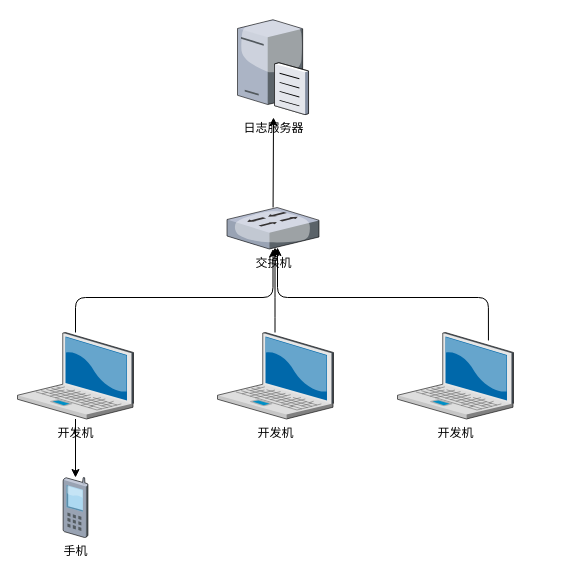
samxu007/Hello-World keeps this draw.io diagram as Untitled Diagram.drawio. Above is the earlier version. Source tidied: cells renumbered, new cells numbered last; positions are measured from the earlier drawing's top-left corner, leaving out a move shared by most shapes. Both pictures are drawn from the tidied source at 100%, with x=0, y=0 at pixel (17, 17).
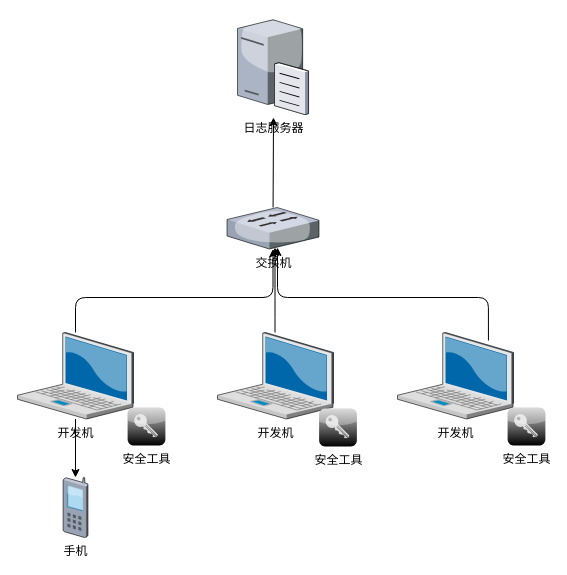
The same diagram, later.

Change to the diagram source:
```diff
@@
+    <mxCell id="13" value="安全工具" style="verticalLabelPosition=bottom;html=1;verticalAlign=top;strokeColor=none;align=center;shape=mxgraph.citrix.role_security;fillColor=#CCCCCC;gradientColor=#000000;gradientDirection=south;" parent="1" vertex="1">
+      <mxGeometry x="110" y="390" width="38" height="38" as="geometry" />
+    </mxCell>
+    <mxCell id="14" value="安全工具" style="verticalLabelPosition=bottom;html=1;verticalAlign=top;strokeColor=none;align=center;shape=mxgraph.citrix.role_security;fillColor=#CCCCCC;gradientColor=#000000;gradientDirection=south;" parent="1" vertex="1">
+      <mxGeometry x="301.5" y="391" width="38" height="38" as="geometry" />
+    </mxCell>
+    <mxCell id="15" value="安全工具" style="verticalLabelPosition=bottom;html=1;verticalAlign=top;strokeColor=none;align=center;shape=mxgraph.citrix.role_security;fillColor=#CCCCCC;gradientColor=#000000;gradientDirection=south;" parent="1" vertex="1">
+      <mxGeometry x="490" y="390" width="38" height="38" as="geometry" />
+    </mxCell>
```
